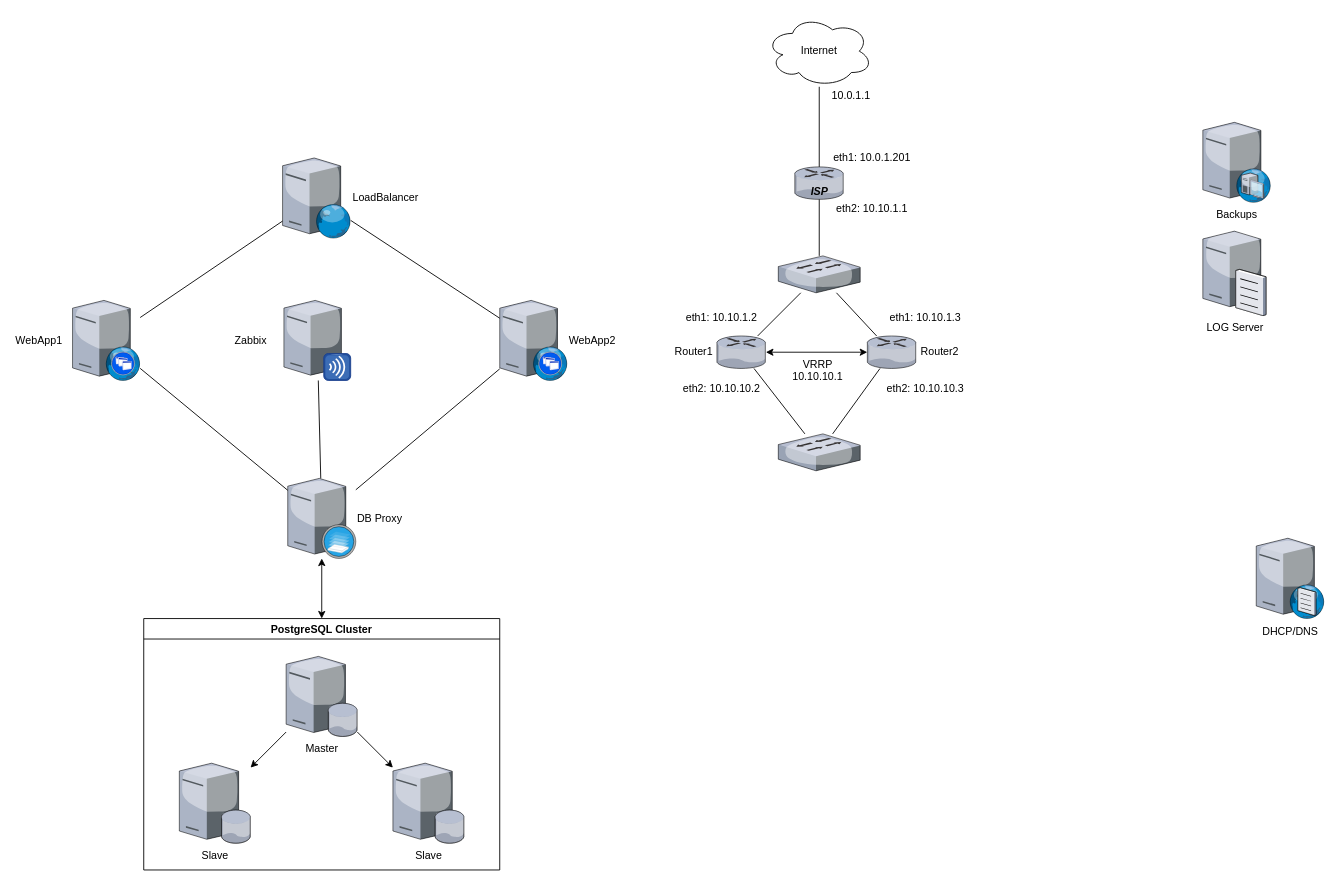
Above: MainDiagram.drawio in OSPFS/OTUS-FINAL-PROJECT (draw.io), before the change. Source tidied: cells renumbered, new cells numbered last; positions are measured from the earlier drawing's top-left corner, leaving out a move shared by most shapes. Both pictures are drawn from the tidied source at 89%, with x=0, y=0 at pixel (72, 15).
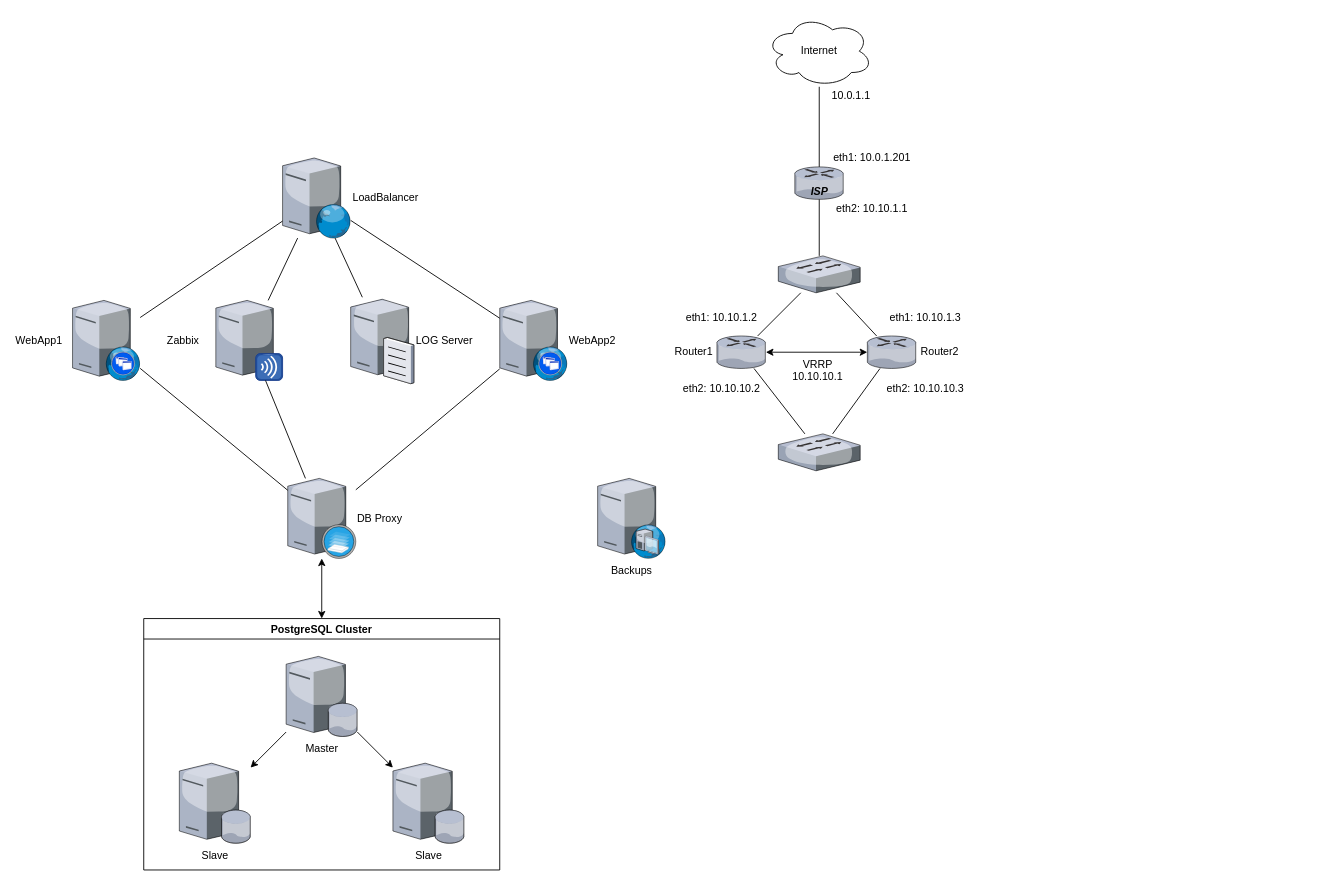
After the change.

Unchanged cells that the change refers to:
```xml
<mxCell id="4" value="LoadBalancer" style="verticalLabelPosition=middle;html=1;verticalAlign=middle;strokeColor=none;align=left;outlineConnect=0;shape=mxgraph.citrix.web_server;labelPosition=right;" parent="1" vertex="1">
  <mxGeometry x="236" y="160" width="76.5" height="90" as="geometry" />
</mxCell>
```

The edit, as a diff of the source:
```diff
@@
-    <mxCell id="10" value="&lt;div&gt;LOG Server&lt;/div&gt;" style="verticalLabelPosition=bottom;html=1;verticalAlign=top;strokeColor=none;align=center;outlineConnect=0;shape=mxgraph.citrix.file_server;" parent="1" vertex="1">
-      <mxGeometry x="1270" y="240" width="71" height="97" as="geometry" />
+    <mxCell id="10" value="&lt;div&gt;LOG Server&lt;/div&gt;" style="verticalLabelPosition=middle;html=1;verticalAlign=middle;strokeColor=none;align=left;outlineConnect=0;shape=mxgraph.citrix.file_server;labelPosition=right;" parent="1" vertex="1">
+      <mxGeometry x="312.5" y="316.5" width="71" height="97" as="geometry" />
     </mxCell>
     <mxCell id="11" value="Backups" style="verticalLabelPosition=bottom;html=1;verticalAlign=top;strokeColor=none;align=center;shape=mxgraph.citrix.dhcp_server;" parent="1" vertex="1">
-      <mxGeometry x="1270" y="120" width="76" height="90" as="geometry" />
+      <mxGeometry x="590" y="520" width="76" height="90" as="geometry" />
     </mxCell>
-    <mxCell id="12" value="DHCP/DNS" style="verticalLabelPosition=bottom;html=1;verticalAlign=top;strokeColor=none;align=center;shape=mxgraph.citrix.dns_server;" parent="1" vertex="1">
-      <mxGeometry x="1330" y="585" width="76.5" height="92.5" as="geometry" />
-    </mxCell>
     <mxCell id="13" value="Zabbix" style="verticalLabelPosition=middle;html=1;verticalAlign=middle;strokeColor=none;align=center;outlineConnect=0;shape=mxgraph.citrix.merchandising_server;labelPosition=left;" parent="1" vertex="1">
-      <mxGeometry x="237.5" y="320" width="75" height="90" as="geometry" />
+      <mxGeometry x="161" y="320" width="75" height="90" as="geometry" />
     </mxCell>
@@
+    <mxCell id="43" style="endArrow=none;html=1;" parent="1" edge="1" source="10" target="4">
+      <mxGeometry relative="1" as="geometry" />
+    </mxCell>
+    <mxCell id="44" style="endArrow=none;html=1;" parent="1" edge="1" source="13" target="4">
+      <mxGeometry relative="1" as="geometry" />
+    </mxCell>
```
